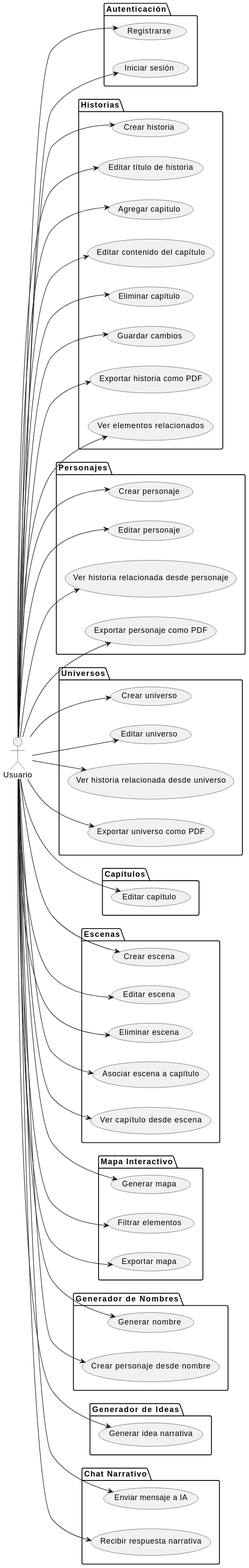
This is plantuml.svg from gacastroo/SVG, a PlantUML export, as it was before one commit. The source it was exported from:
```plantuml
@startuml
left to right direction

actor Usuario

package "Autenticación" {
  Usuario --> (Registrarse)
  Usuario --> (Iniciar sesión)
}

package "Historias" {
  Usuario --> (Crear historia)
  Usuario --> (Editar título de historia)
  Usuario --> (Agregar capítulo)
  Usuario --> (Editar contenido del capítulo)
  Usuario --> (Eliminar capítulo)
  Usuario --> (Guardar cambios)
  Usuario --> (Exportar historia como PDF)
  Usuario --> (Ver elementos relacionados)
}

package "Personajes" {
  Usuario --> (Crear personaje)
  Usuario --> (Editar personaje)
  Usuario --> (Ver historia relacionada desde personaje)
  Usuario --> (Exportar personaje como PDF)
}

package "Universos" {
  Usuario --> (Crear universo)
  Usuario --> (Editar universo)
  Usuario --> (Ver historia relacionada desde universo)
  Usuario --> (Exportar universo como PDF)
}

package "Capítulos" {
  Usuario --> (Editar capítulo)
}

package "Escenas" {
  Usuario --> (Crear escena)
  Usuario --> (Editar escena)
  Usuario --> (Eliminar escena)
  Usuario --> (Asociar escena a capítulo)
  Usuario --> (Ver capítulo desde escena)
}

package "Mapa Interactivo" {
  Usuario --> (Generar mapa)
  Usuario --> (Filtrar elementos)
  Usuario --> (Exportar mapa)
}

package "Generador de Nombres" {
  Usuario --> (Generar nombre)
  Usuario --> (Crear personaje desde nombre)
}

package "Generador de Ideas" {
  Usuario --> (Generar idea narrativa)
}

package "Chat Narrativo" {
  Usuario --> (Enviar mensaje a IA)
  Usuario --> (Recibir respuesta narrativa)
}
@enduml
```
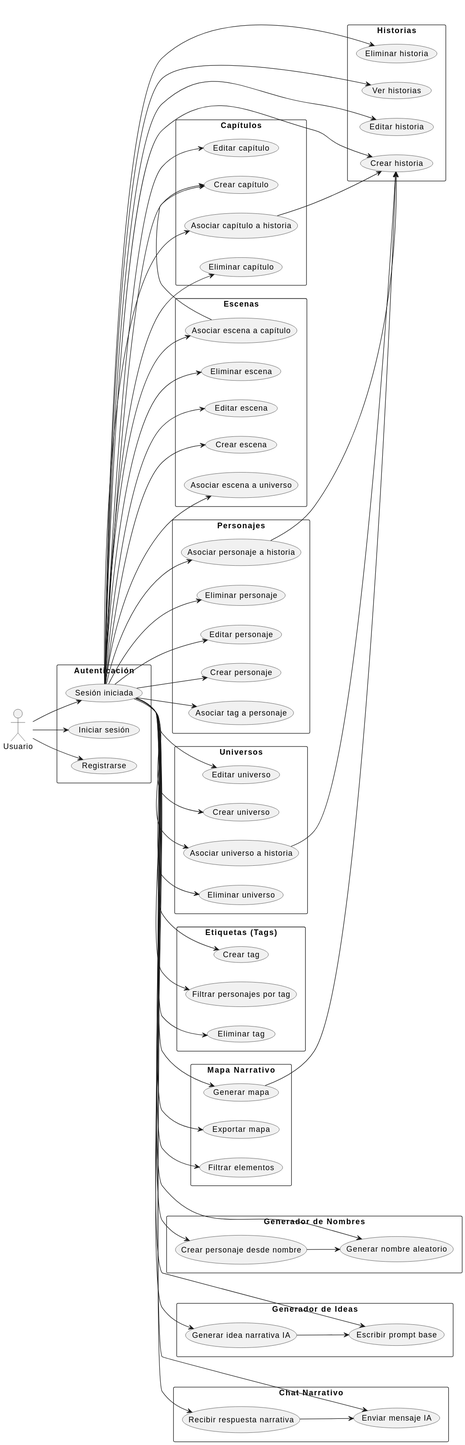
The same file after the commit.

Diff of the diagram source:
```diff
@@ -1,67 +1,122 @@
 @startuml
 left to right direction
+skinparam packageStyle rectangle
+skinparam defaultTextAlignment center
 
 actor Usuario
 
 package "Autenticación" {
-  Usuario --> (Registrarse)
-  Usuario --> (Iniciar sesión)
+  usecase "Registrarse" as UC_Registrarse
+  usecase "Iniciar sesión" as UC_Login
+  usecase "Sesión iniciada" as UC_Sesion
 }
+Usuario --> UC_Registrarse
+Usuario --> UC_Login
+Usuario --> UC_Sesion
 
 package "Historias" {
-  Usuario --> (Crear historia)
-  Usuario --> (Editar título de historia)
-  Usuario --> (Agregar capítulo)
-  Usuario --> (Editar contenido del capítulo)
-  Usuario --> (Eliminar capítulo)
-  Usuario --> (Guardar cambios)
-  Usuario --> (Exportar historia como PDF)
-  Usuario --> (Ver elementos relacionados)
+  usecase "Crear historia" as UC_CrearHistoria
+  usecase "Editar historia" as UC_EditarHistoria
+  usecase "Eliminar historia" as UC_EliminarHistoria
+  usecase "Ver historias" as UC_VerHistorias
 }
+UC_Sesion --> UC_CrearHistoria
+UC_Sesion --> UC_EditarHistoria
+UC_Sesion --> UC_EliminarHistoria
+UC_Sesion --> UC_VerHistorias
+
+package "Capítulos" {
+  usecase "Crear capítulo" as UC_CrearCapitulo
+  usecase "Editar capítulo" as UC_EditarCapitulo
+  usecase "Eliminar capítulo" as UC_EliminarCapitulo
+  usecase "Asociar capítulo a historia" as UC_AsociarCapituloHistoria
+}
+UC_Sesion --> UC_CrearCapitulo
+UC_Sesion --> UC_EditarCapitulo
+UC_Sesion --> UC_EliminarCapitulo
+UC_Sesion --> UC_AsociarCapituloHistoria
+UC_AsociarCapituloHistoria --> UC_CrearHistoria
+
+package "Escenas" {
+  usecase "Crear escena" as UC_CrearEscena
+  usecase "Editar escena" as UC_EditarEscena
+  usecase "Eliminar escena" as UC_EliminarEscena
+  usecase "Asociar escena a capítulo" as UC_AsociarEscenaCapitulo
+  usecase "Asociar escena a universo" as UC_AsociarEscenaUniverso
+}
+UC_Sesion --> UC_CrearEscena
+UC_Sesion --> UC_EditarEscena
+UC_Sesion --> UC_EliminarEscena
+UC_Sesion --> UC_AsociarEscenaCapitulo
+UC_Sesion --> UC_AsociarEscenaUniverso
+UC_AsociarEscenaCapitulo --> UC_CrearCapitulo
 
 package "Personajes" {
-  Usuario --> (Crear personaje)
-  Usuario --> (Editar personaje)
-  Usuario --> (Ver historia relacionada desde personaje)
-  Usuario --> (Exportar personaje como PDF)
+  usecase "Crear personaje" as UC_CrearPersonaje
+  usecase "Editar personaje" as UC_EditarPersonaje
+  usecase "Eliminar personaje" as UC_EliminarPersonaje
+  usecase "Asociar personaje a historia" as UC_AsociarPersonajeHistoria
+  usecase "Asociar tag a personaje" as UC_AsociarTagPersonaje
 }
+UC_Sesion --> UC_CrearPersonaje
+UC_Sesion --> UC_EditarPersonaje
+UC_Sesion --> UC_EliminarPersonaje
+UC_Sesion --> UC_AsociarPersonajeHistoria
+UC_Sesion --> UC_AsociarTagPersonaje
+UC_AsociarPersonajeHistoria --> UC_CrearHistoria
 
 package "Universos" {
-  Usuario --> (Crear universo)
-  Usuario --> (Editar universo)
-  Usuario --> (Ver historia relacionada desde universo)
-  Usuario --> (Exportar universo como PDF)
+  usecase "Crear universo" as UC_CrearUniverso
+  usecase "Editar universo" as UC_EditarUniverso
+  usecase "Eliminar universo" as UC_EliminarUniverso
+  usecase "Asociar universo a historia" as UC_AsociarUniversoHistoria
 }
+UC_Sesion --> UC_CrearUniverso
+UC_Sesion --> UC_EditarUniverso
+UC_Sesion --> UC_EliminarUniverso
+UC_Sesion --> UC_AsociarUniversoHistoria
+UC_AsociarUniversoHistoria --> UC_CrearHistoria
 
-package "Capítulos" {
-  Usuario --> (Editar capítulo)
+package "Etiquetas (Tags)" {
+  usecase "Crear tag" as UC_CrearTag
+  usecase "Eliminar tag" as UC_EliminarTag
+  usecase "Filtrar personajes por tag" as UC_FiltrarTags
 }
+UC_Sesion --> UC_CrearTag
+UC_Sesion --> UC_EliminarTag
+UC_Sesion --> UC_FiltrarTags
 
-package "Escenas" {
-  Usuario --> (Crear escena)
-  Usuario --> (Editar escena)
-  Usuario --> (Eliminar escena)
-  Usuario --> (Asociar escena a capítulo)
-  Usuario --> (Ver capítulo desde escena)
+package "Mapa Narrativo" {
+  usecase "Generar mapa" as UC_GenerarMapa
+  usecase "Filtrar elementos" as UC_FiltrarMapa
+  usecase "Exportar mapa" as UC_ExportarMapa
 }
-
-package "Mapa Interactivo" {
-  Usuario --> (Generar mapa)
-  Usuario --> (Filtrar elementos)
-  Usuario --> (Exportar mapa)
-}
+UC_Sesion --> UC_GenerarMapa
+UC_Sesion --> UC_FiltrarMapa
+UC_Sesion --> UC_ExportarMapa
+UC_GenerarMapa --> UC_CrearHistoria
 
 package "Generador de Nombres" {
-  Usuario --> (Generar nombre)
-  Usuario --> (Crear personaje desde nombre)
+  usecase "Generar nombre aleatorio" as UC_GenerarNombre
+  usecase "Crear personaje desde nombre" as UC_CrearDesdeNombre
 }
+UC_Sesion --> UC_GenerarNombre
+UC_Sesion --> UC_CrearDesdeNombre
+UC_CrearDesdeNombre --> UC_GenerarNombre
 
 package "Generador de Ideas" {
-  Usuario --> (Generar idea narrativa)
+  usecase "Escribir prompt base" as UC_PromptIdea
+  usecase "Generar idea narrativa IA" as UC_GenerarIdea
 }
+UC_Sesion --> UC_PromptIdea
+UC_Sesion --> UC_GenerarIdea
+UC_GenerarIdea --> UC_PromptIdea
 
 package "Chat Narrativo" {
-  Usuario --> (Enviar mensaje a IA)
-  Usuario --> (Recibir respuesta narrativa)
+  usecase "Enviar mensaje IA" as UC_EnviarChat
+  usecase "Recibir respuesta narrativa" as UC_RespuestaChat
 }
+UC_Sesion --> UC_EnviarChat
+UC_Sesion --> UC_RespuestaChat
+UC_RespuestaChat --> UC_EnviarChat
 @enduml
```
